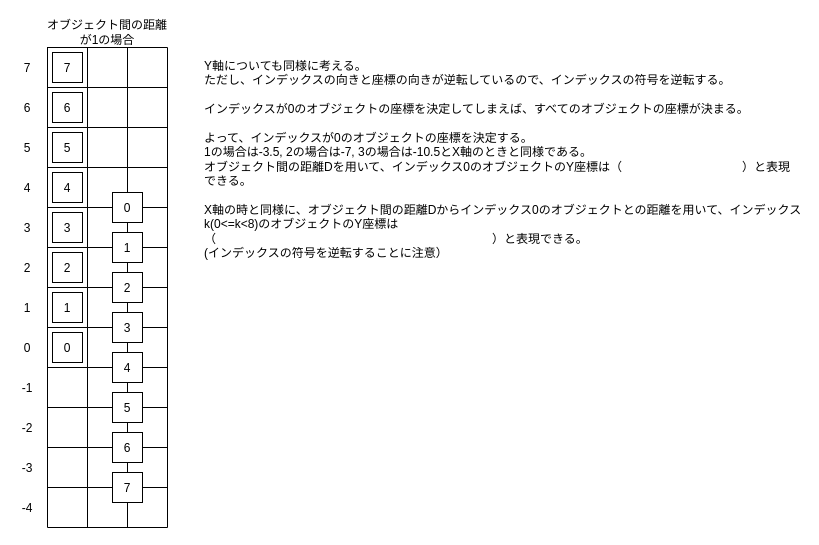
Before: explanation/convert_Process_Y.dio in yasyasyu/Chess, a draw.io diagram. Source tidied: cells renumbered, new cells numbered last; positions are measured from the earlier drawing's top-left corner, leaving out a move shared by most shapes. Both pictures are drawn from the tidied source at 100%, with x=0, y=0 at pixel (17, 17).
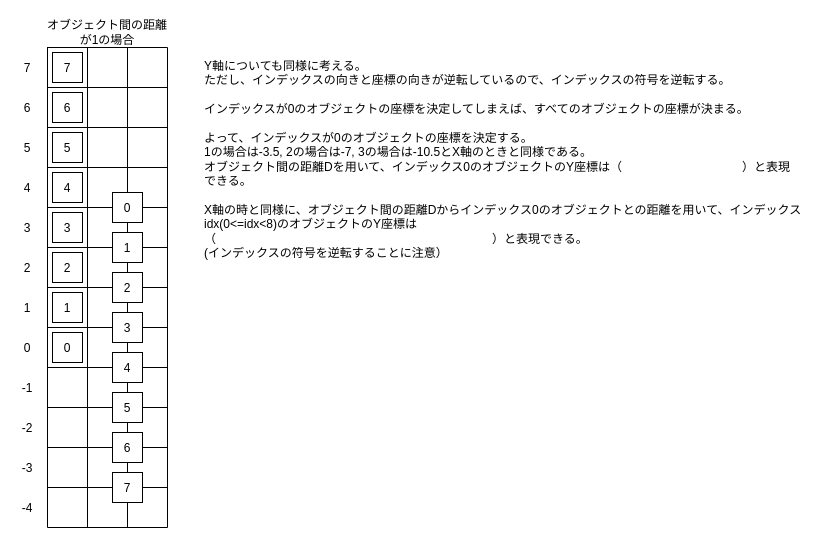
Above is the later version.

Change to the diagram source:
```diff
@@
-    <mxCell id="80" value="Y軸についても同様に考える。&lt;br&gt;ただし、インデックスの向きと座標の向きが逆転しているので、インデックスの符号を逆転する。&lt;br&gt;&lt;br&gt;インデックスが0のオブジェクトの座標を決定してしまえば、すべてのオブジェクトの座標が決まる。&lt;br&gt;&lt;br&gt;よって、インデックスが0のオブジェクトの座標を決定する。&lt;br&gt;1の場合は-3.5, 2の場合は-7, 3の場合は-10.5とX軸のときと同様である。&lt;br&gt;オブジェクト間の距離Dを用いて、インデックス0のオブジェクトのY座標は（　　　　　　　　　　）と表現できる。&lt;br style=&quot;border-color: var(--border-color);&quot;&gt;&lt;br&gt;X軸の時と同様に、オブジェクト間の距離Dからインデックス0のオブジェクトとの距離を用いて、インデックスk(0&amp;lt;=k&amp;lt;8)のオブジェクトのY座標は&lt;br style=&quot;border-color: var(--border-color);&quot;&gt;（　　　　　　　　　　　　　　　　　　　　　　　）と表現できる。&lt;br&gt;(インデックスの符号を逆転することに注意）" style="text;html=1;strokeColor=none;fillColor=none;align=left;verticalAlign=top;whiteSpace=wrap;rounded=0;" parent="1" vertex="1">
+    <mxCell id="80" value="Y軸についても同様に考える。&lt;br&gt;ただし、インデックスの向きと座標の向きが逆転しているので、インデックスの符号を逆転する。&lt;br&gt;&lt;br&gt;インデックスが0のオブジェクトの座標を決定してしまえば、すべてのオブジェクトの座標が決まる。&lt;br&gt;&lt;br&gt;よって、インデックスが0のオブジェクトの座標を決定する。&lt;br&gt;1の場合は-3.5, 2の場合は-7, 3の場合は-10.5とX軸のときと同様である。&lt;br&gt;オブジェクト間の距離Dを用いて、インデックス0のオブジェクトのY座標は（　　　　　　　　　　）と表現できる。&lt;br style=&quot;border-color: var(--border-color);&quot;&gt;&lt;br&gt;X軸の時と同様に、オブジェクト間の距離Dからインデックス0のオブジェクトとの距離を用いて、インデックスidx(0&amp;lt;=idx&amp;lt;8)のオブジェクトのY座標は&lt;br style=&quot;border-color: var(--border-color);&quot;&gt;（　　　　　　　　　　　　　　　　　　　　　　　）と表現できる。&lt;br&gt;(インデックスの符号を逆転することに注意）" style="text;html=1;strokeColor=none;fillColor=none;align=left;verticalAlign=top;whiteSpace=wrap;rounded=0;" parent="1" vertex="1">
       <mxGeometry x="185" y="35" width="600" height="215" as="geometry" />
     </mxCell>
```
